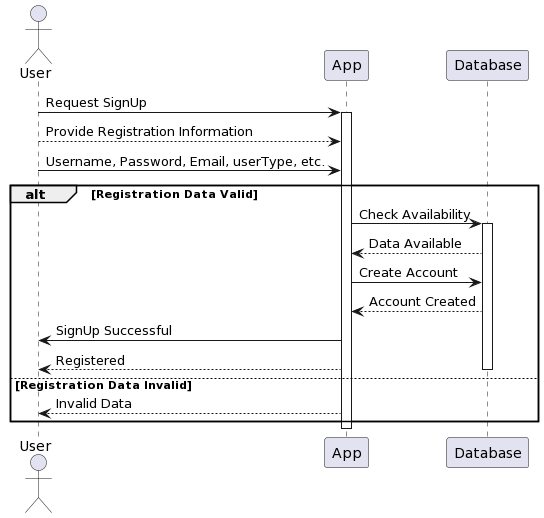
This is Lab1/Lab1.2/Sequencediagram/SignUp/SignUp.png from LeDuy0806/SE357-Practice-Class, a PlantUML export, as it was before one commit. Its diagram source:
```plantuml
@startuml
actor User
User -> App: Request SignUp
activate App

User --> App: Provide Registration Information
User -> App: Username, Password, Email, userType, etc.

alt Registration Data Valid
    App -> Database: Check Availability
    activate Database
    App <-- Database: Data Available
    App -> Database: Create Account
    App <-- Database: Account Created
    App -> User: SignUp Successful
    User <-- App: Registered
    deactivate Database
else Registration Data Invalid
    App --> User: Invalid Data
end

deactivate App
@enduml
```
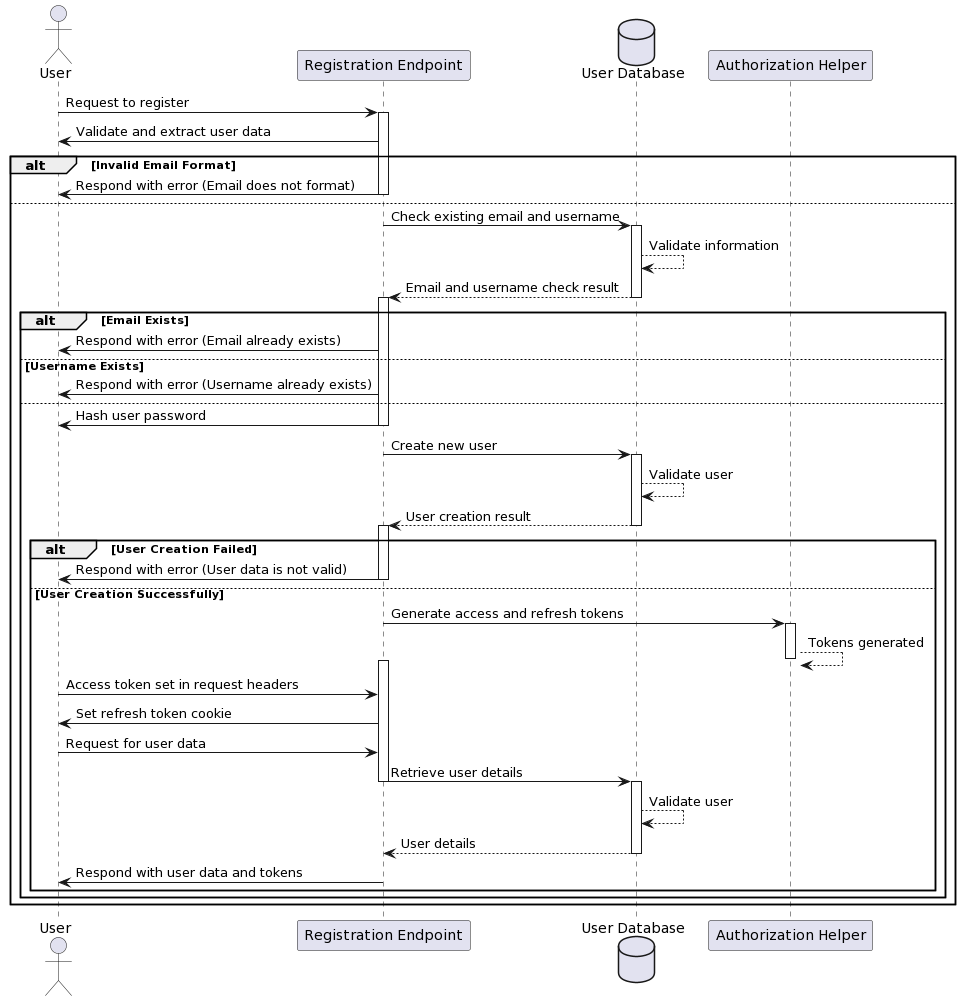
After the change.

Diff of the diagram source:
```diff
@@ -1,23 +1,60 @@
 @startuml
-actor User
-User -> App: Request SignUp
-activate App
+actor User as U
+participant "Registration Endpoint" as RegistrationEndpoint
+database "User Database" as DB
+participant "Authorization Helper" as AuthHelper
 
-User --> App: Provide Registration Information
-User -> App: Username, Password, Email, userType, etc.
+U -> RegistrationEndpoint: Request to register
+activate RegistrationEndpoint
+RegistrationEndpoint -> U: Validate and extract user data
+alt Invalid Email Format
+    RegistrationEndpoint -> U: Respond with error (Email does not format)
+    deactivate RegistrationEndpoint
+else
+    RegistrationEndpoint -> DB: Check existing email and username
+    activate DB
+    DB --> DB : Validate information
+    DB --> RegistrationEndpoint: Email and username check result
+    deactivate DB
 
-alt Registration Data Valid
-    App -> Database: Check Availability
-    activate Database
-    App <-- Database: Data Available
-    App -> Database: Create Account
-    App <-- Database: Account Created
-    App -> User: SignUp Successful
-    User <-- App: Registered
-    deactivate Database
-else Registration Data Invalid
-    App --> User: Invalid Data
+    alt Email Exists
+        activate RegistrationEndpoint
+        RegistrationEndpoint -> U: Respond with error (Email already exists)
+    else Username Exists
+        RegistrationEndpoint -> U: Respond with error (Username already exists)
+
+    else
+        RegistrationEndpoint -> U: Hash user password
+        deactivate RegistrationEndpoint
+        RegistrationEndpoint -> DB: Create new user
+        activate DB
+        DB --> DB:Validate user
+        DB --> RegistrationEndpoint: User creation result
+        deactivate DB
+
+        alt User Creation Failed
+            activate RegistrationEndpoint
+            RegistrationEndpoint -> U: Respond with error (User data is not valid)
+            deactivate RegistrationEndpoint
+        else User Creation Successfully
+            RegistrationEndpoint -> AuthHelper: Generate access and refresh tokens
+            activate AuthHelper
+            AuthHelper --> AuthHelper: Tokens generated
+            deactivate AuthHelper
+
+            activate RegistrationEndpoint
+            U -> RegistrationEndpoint: Access token set in request headers
+            RegistrationEndpoint -> U: Set refresh token cookie
+            U -> RegistrationEndpoint: Request for user data
+            RegistrationEndpoint -> DB: Retrieve user details
+            deactivate RegistrationEndpoint
+            activate DB
+            DB --> DB:Validate user
+            DB --> RegistrationEndpoint: User details
+            deactivate DB
+            RegistrationEndpoint -> U: Respond with user data and tokens
+            deactivate RegistrationEndpoint
+        end
+    end
 end
-
-deactivate App
 @enduml
```
